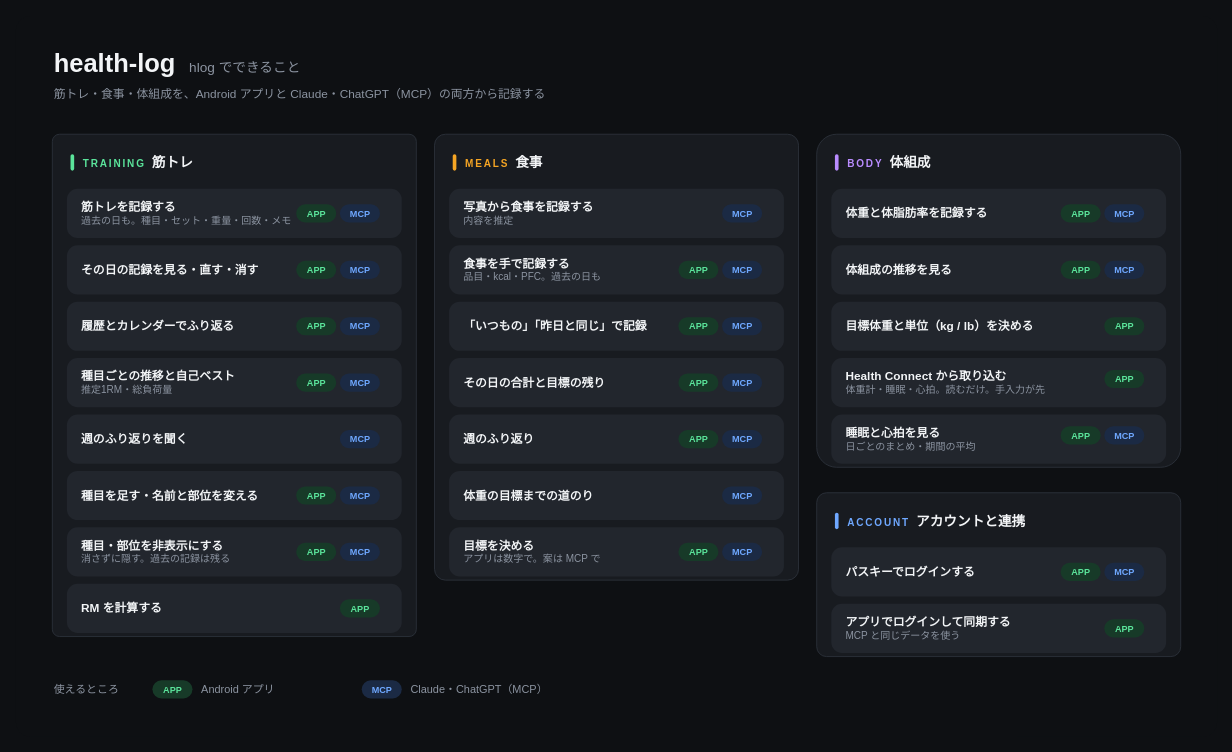
Before: docs/diagrams/usecase.drawio in ykitaza/health-log, a draw.io diagram. Source tidied: cells renumbered, new cells numbered last; positions are measured from the earlier drawing's top-left corner, leaving out a move shared by most shapes. Both pictures are drawn from the tidied source at 91%, with x=0, y=0 at pixel (15, 15).
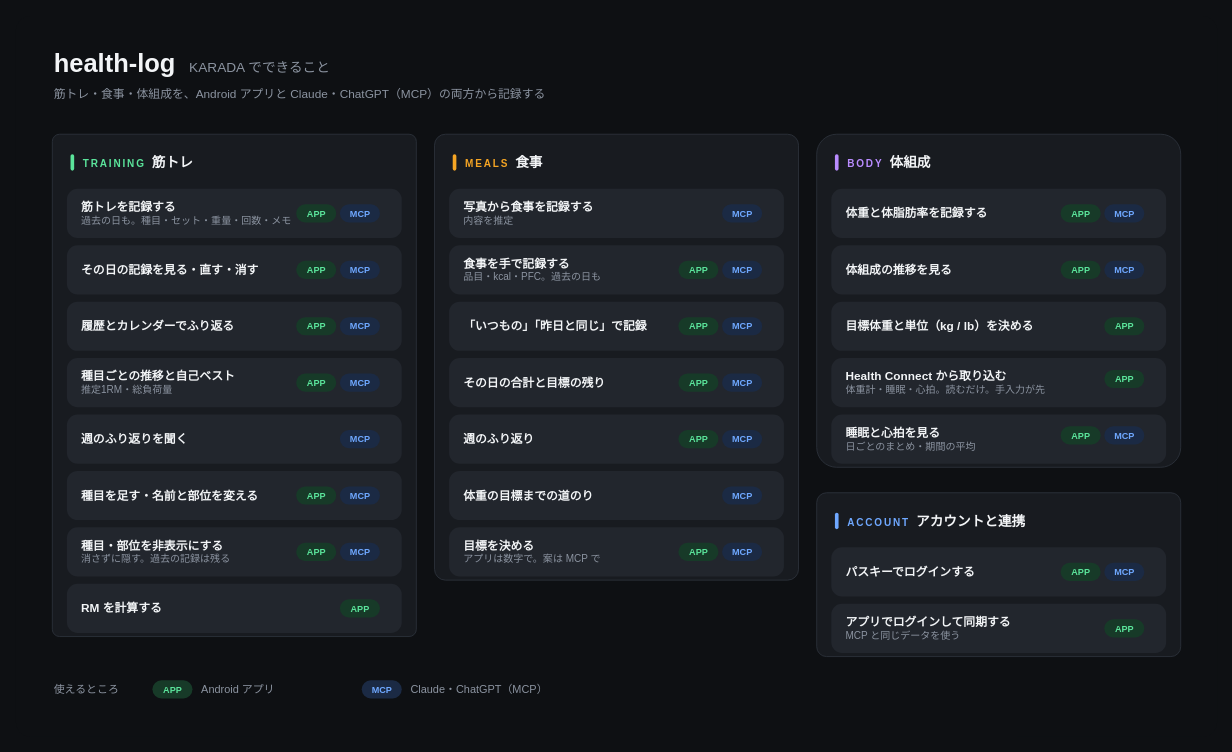
The same page after the edit.

Change to the diagram source:
```diff
@@
-    <mxCell id="3" value="&lt;span style=&quot;font-size:28px;font-weight:700;color:#F3F5F7&quot;&gt;health-log&lt;/span&gt;&lt;span style=&quot;font-size:15px;color:#8C94A1&quot;&gt;　hlog でできること&lt;/span&gt;" style="text;html=1;align=left;verticalAlign=middle;fontFamily=Hiragino Sans;" parent="1" vertex="1">
+    <mxCell id="3" value="&lt;span style=&quot;font-size:28px;font-weight:700;color:#F3F5F7&quot;&gt;health-log&lt;/span&gt;&lt;span style=&quot;font-size:15px;color:#8C94A1&quot;&gt;　KARADA でできること&lt;/span&gt;" style="text;html=1;align=left;verticalAlign=middle;fontFamily=Hiragino Sans;" parent="1" vertex="1">
       <mxGeometry x="40" y="30" width="900" height="44" as="geometry" />
     </mxCell>
```
